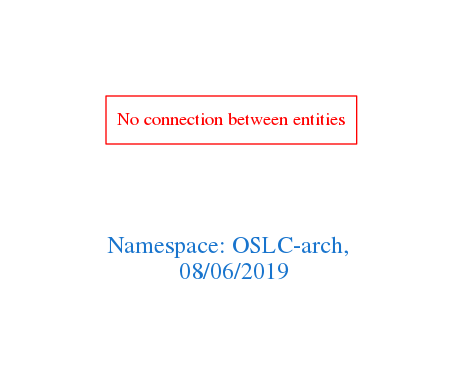
This is downloads/OSLC-arch.png from arago/OGIT, a Graphviz export, as it was before one commit. Its source is kept beside it as downloads/OSLC-arch.dot. Source of this version:
```dot
digraph OGIT_ontology {
 graph [ rankdir= LR,pad=1
fontsize = 18,
fontcolor= dodgerblue3,label = "\n\n\nNamespace: OSLC-arch, \n 08/06/2019"];
node[shape=polygon];
edge [  color="gray81"];

"No connection between entities" [fontcolor = "red",color="red", shape="polygon"]
}
```
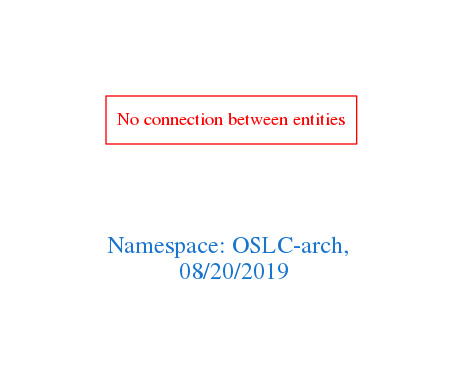
After the change.

Change to the diagram source:
```diff
@@ -1,7 +1,7 @@
 digraph OGIT_ontology {
  graph [ rankdir= LR,pad=1
 fontsize = 18,
-fontcolor= dodgerblue3,label = "\n\n\nNamespace: OSLC-arch, \n 08/06/2019"];
+fontcolor= dodgerblue3,label = "\n\n\nNamespace: OSLC-arch, \n 08/20/2019"];
 node[shape=polygon];
 edge [  color="gray81"];
 
```
